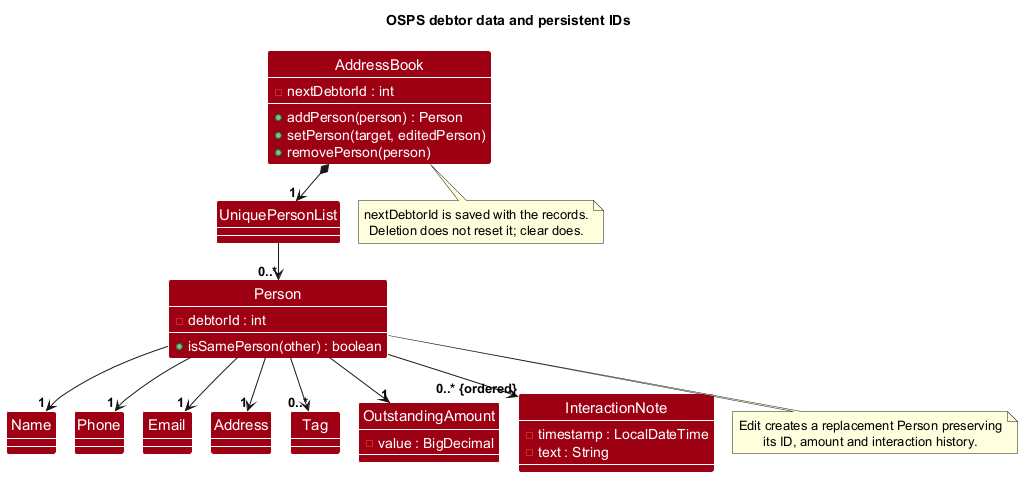
Earlier version of the PlantUML export docs/images/DebtorModelDiagram.png (AY2627S1-CS2103T-F08-1/tp). The source it was exported from:
```plantuml
@startuml
!pragma layout smetana
!include style.puml
skinparam classBackgroundColor MODEL_COLOR
skinparam classAttributeFontColor #FFFFFF
show members
title OSPS debtor data and persistent IDs

class AddressBook {
  - nextDebtorId : int
  + addPerson(person) : Person
  + setPerson(target, editedPerson)
  + removePerson(person)
}
class UniquePersonList
class Person {
  - debtorId : int
  + isSamePerson(other) : boolean
}
class Name
class Phone
class Email
class Address
class Tag
class OutstandingAmount {
  - value : BigDecimal
}
class InteractionNote {
  - timestamp : LocalDateTime
  - text : String
}
AddressBook *--> "1" UniquePersonList
UniquePersonList --> "0..*" Person
Person --> "1" Name
Person --> "1" Phone
Person --> "1" Email
Person --> "1" Address
Person --> "0..*" Tag
Person --> "1" OutstandingAmount
Person --> "0..* {ordered}" InteractionNote
note bottom of AddressBook
  nextDebtorId is saved with the records.
  Deletion does not reset it; clear does.
end note
note bottom of Person
  Edit creates a replacement Person preserving
  its ID, amount and interaction history.
end note
@enduml
```
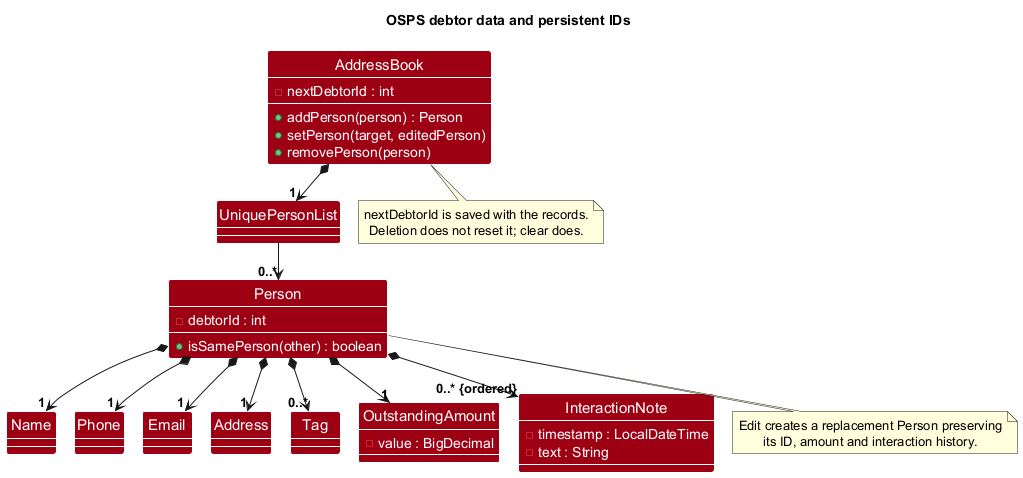
After the commit.

Commit message:
Docs: Clarify debtor data ownership

Diff of the diagram source:
```diff
@@ -31,13 +31,13 @@
 }
 AddressBook *--> "1" UniquePersonList
 UniquePersonList --> "0..*" Person
-Person --> "1" Name
-Person --> "1" Phone
-Person --> "1" Email
-Person --> "1" Address
-Person --> "0..*" Tag
-Person --> "1" OutstandingAmount
-Person --> "0..* {ordered}" InteractionNote
+Person *--> "1" Name
+Person *--> "1" Phone
+Person *--> "1" Email
+Person *--> "1" Address
+Person *--> "0..*" Tag
+Person *--> "1" OutstandingAmount
+Person *--> "0..* {ordered}" InteractionNote
 note bottom of AddressBook
   nextDebtorId is saved with the records.
   Deletion does not reset it; clear does.
```
